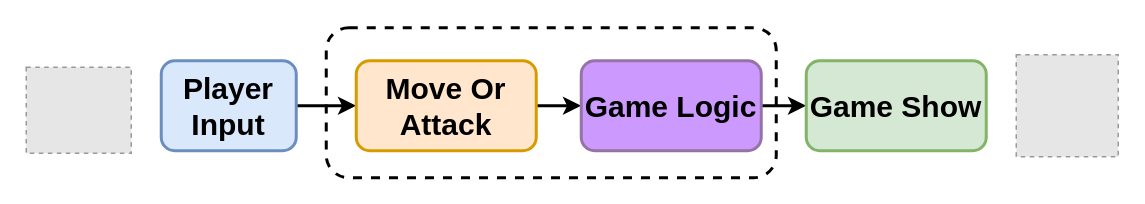
Earlier version of the draw.io diagram page "multi 的副本" (6 of 47) of booming/Booming ypwangv7.0 ypw new 104ppt-17.drawio (yrdimple/flowChart). Source tidied: cells renumbered, new cells numbered last; positions are measured from the earlier drawing's top-left corner, leaving out a move shared by most shapes. Both pictures are drawn from the tidied source at 150%, with x=0, y=0 at pixel (26, 27). Pictures stored in the file or linked from it are replaced by grey dashed boxes.
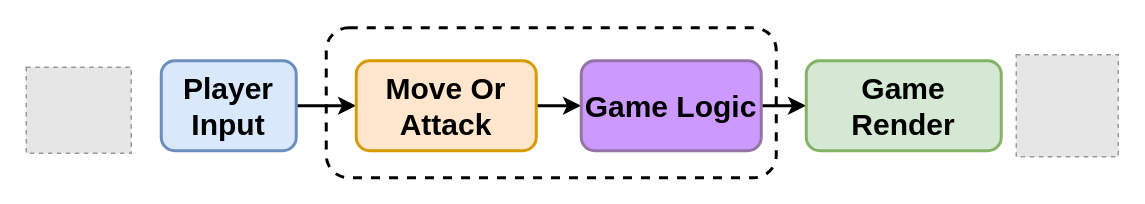
Above is the later version.

What changed in the source:
```diff
@@
 <mxGraphModel>
   <root>
     <mxCell id="0" />
     <mxCell id="1" parent="0" />
     <mxCell id="2" style="rounded=1;whiteSpace=wrap;html=1;strokeWidth=2;fillColor=none;dashed=1;fontSize=20;fontStyle=1;" parent="1" vertex="1">
       <mxGeometry x="200" width="300" height="100" as="geometry" />
     </mxCell>
     <mxCell id="3" style="fillColor=#E6E6E6;strokeColor=#999999;dashed=1;verticalLabelPosition=bottom;labelBackgroundColor=default;verticalAlign=top;fontSize=20;fontStyle=1;" parent="1" vertex="1">
       <mxGeometry y="26.3" width="70" height="57.4" as="geometry" />
     </mxCell>
     <mxCell id="4" style="edgeStyle=orthogonalEdgeStyle;rounded=0;jettySize=auto;html=1;entryX=0;entryY=0.5;entryDx=0;entryDy=0;strokeWidth=2;fontSize=20;fontStyle=1;" parent="1" edge="1" source="5" target="7">
       <mxGeometry relative="1" as="geometry" />
     </mxCell>
     <mxCell id="5" value="Player Input" style="rounded=1;whiteSpace=wrap;html=1;strokeWidth=2;fillColor=#dae8fc;strokeColor=#6c8ebf;fontSize=20;fontStyle=1;" parent="1" vertex="1">
       <mxGeometry x="90" y="22" width="90" height="60" as="geometry" />
     </mxCell>
     <mxCell id="6" style="edgeStyle=orthogonalEdgeStyle;rounded=0;jettySize=auto;html=1;entryX=0;entryY=0.5;entryDx=0;entryDy=0;strokeWidth=2;fontSize=20;fontStyle=1;" parent="1" edge="1" source="7" target="9">
       <mxGeometry relative="1" as="geometry" />
     </mxCell>
     <mxCell id="7" value="Move Or Attack" style="rounded=1;whiteSpace=wrap;html=1;strokeWidth=2;fillColor=#ffe6cc;strokeColor=#d79b00;fontSize=20;fontStyle=1;" parent="1" vertex="1">
       <mxGeometry x="220" y="22" width="120" height="60" as="geometry" />
     </mxCell>
     <mxCell id="8" style="edgeStyle=orthogonalEdgeStyle;rounded=0;jettySize=auto;html=1;strokeWidth=2;fontSize=20;fontStyle=1;" parent="1" edge="1" source="9" target="10">
       <mxGeometry relative="1" as="geometry" />
     </mxCell>
     <mxCell id="9" value="Game Logic" style="rounded=1;whiteSpace=wrap;html=1;strokeWidth=2;fillColor=#CC99FF;strokeColor=#9673a6;fontSize=20;fontStyle=1;" parent="1" vertex="1">
       <mxGeometry x="370" y="22" width="120" height="60" as="geometry" />
     </mxCell>
-    <mxCell id="10" value="Game Show" style="rounded=1;whiteSpace=wrap;html=1;strokeWidth=2;fillColor=#d5e8d4;strokeColor=#82b366;fontSize=20;fontStyle=1;" parent="1" vertex="1">
-      <mxGeometry x="520" y="22" width="120" height="60" as="geometry" />
+    <mxCell id="10" value="Game Render" style="rounded=1;whiteSpace=wrap;html=1;strokeWidth=2;fillColor=#d5e8d4;strokeColor=#82b366;fontSize=20;fontStyle=1;" parent="1" vertex="1">
+      <mxGeometry x="520" y="22" width="130" height="60" as="geometry" />
     </mxCell>
     <mxCell id="11" style="fillColor=#E6E6E6;strokeColor=#999999;dashed=1;html=1;verticalAlign=top;verticalLabelPosition=bottom;labelBackgroundColor=#ffffff;fontSize=20;fontStyle=1;" parent="1" vertex="1">
       <mxGeometry x="660" y="18" width="68" height="68" as="geometry" />
     </mxCell>
   </root>
 </mxGraphModel>
```
